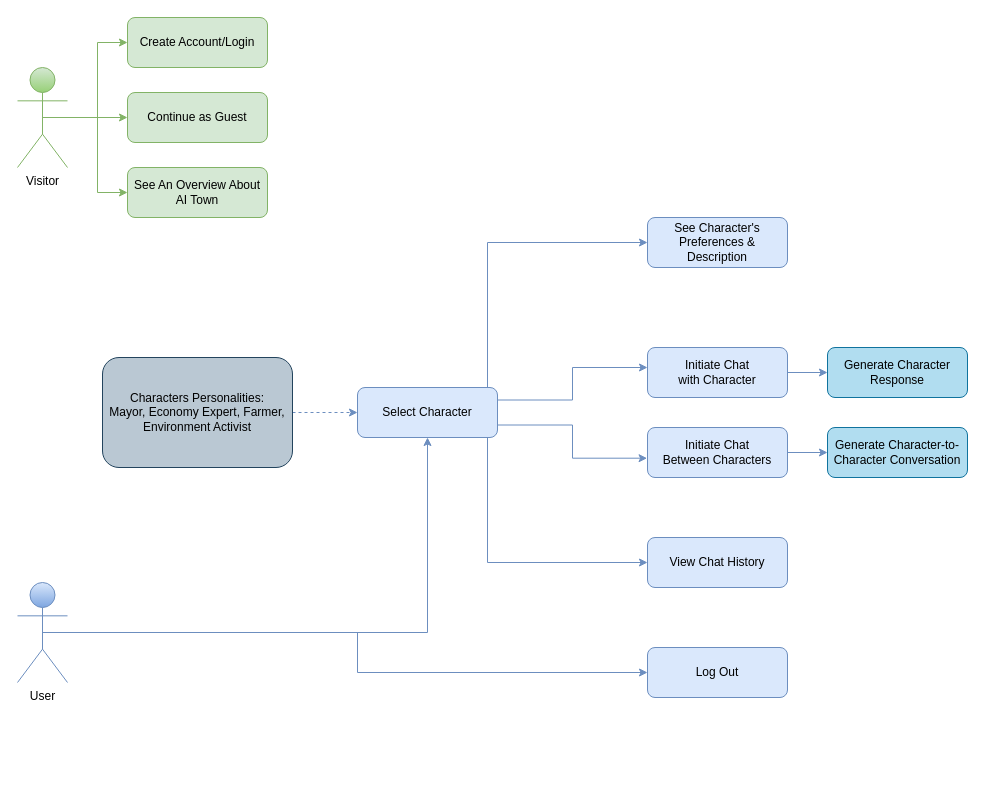
Earlier version of the draw.io diagram schema/usecase_diagram.drawio (aminnademi/AIrium). Source tidied: cells renumbered, new cells numbered last; positions are measured from the earlier drawing's top-left corner, leaving out a move shared by most shapes. Both pictures are drawn from the tidied source at 100%, with x=0, y=0 at pixel (17, 17).
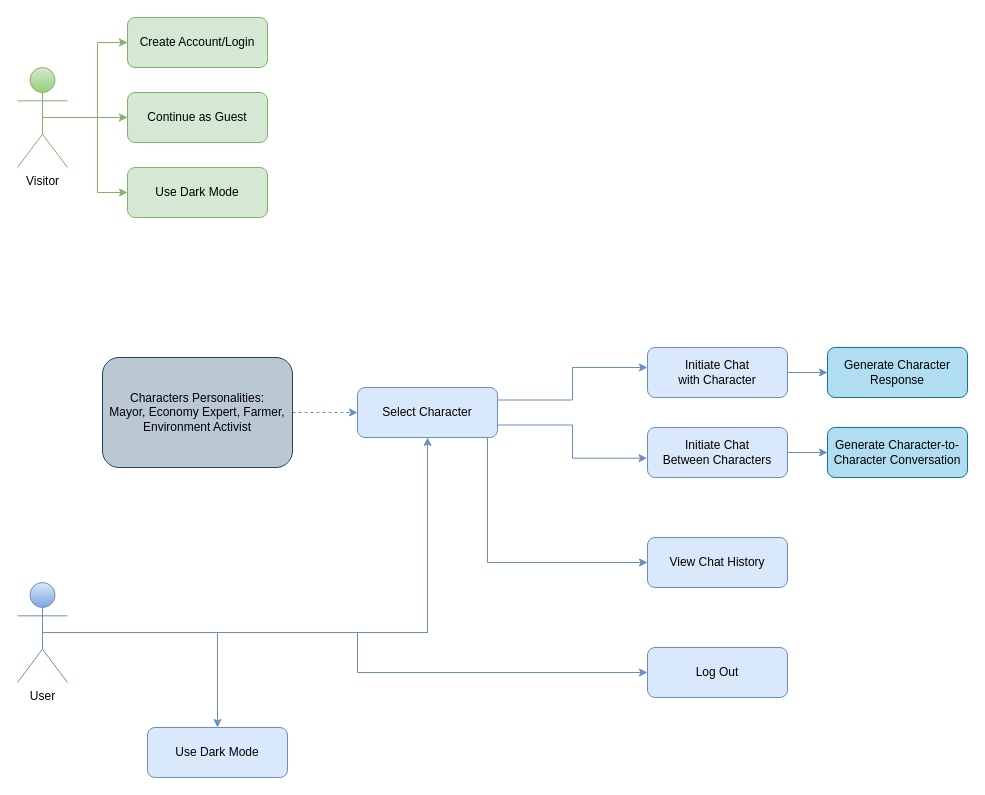
The same diagram, later.

The change refers to these unchanged cells:
```xml
<mxCell id="4" value="User" style="shape=umlActor;verticalLabelPosition=bottom;verticalAlign=top;html=1;outlineConnect=0;fillColor=#dae8fc;gradientColor=#7ea6e0;strokeColor=#6c8ebf;" parent="1" vertex="1">
  <mxGeometry y="565" width="50" height="100" as="geometry" />
</mxCell>
<mxCell id="8" value="Select Character" style="rounded=1;whiteSpace=wrap;html=1;fillColor=#dae8fc;strokeColor=#6c8ebf;" parent="1" vertex="1">
  <mxGeometry x="340" y="370" width="140" height="50" as="geometry" />
</mxCell>
```

Diff of the diagram source:
```diff
@@
+    <mxCell id="28" style="edgeStyle=orthogonalEdgeStyle;rounded=0;jettySize=auto;html=1;exitX=0.5;exitY=0.5;exitDx=0;exitDy=0;exitPerimeter=0;entryX=0.5;entryY=0;entryDx=0;entryDy=0;fillColor=#dae8fc;strokeColor=#6c8ebf;gradientColor=#7ea6e0;" parent="1" edge="1" source="4" target="29">
+      <mxGeometry relative="1" as="geometry" />
+    </mxCell>
@@
-    <mxCell id="5" style="edgeStyle=orthogonalEdgeStyle;rounded=0;jettySize=auto;html=1;exitX=0.75;exitY=0;exitDx=0;exitDy=0;fillColor=#dae8fc;strokeColor=#6c8ebf;" parent="1" edge="1" source="8" target="24">
-      <mxGeometry relative="1" as="geometry">
-        <Array as="points">
-          <mxPoint x="470" y="370" />
-          <mxPoint x="470" y="225" />
-        </Array>
-      </mxGeometry>
-    </mxCell>
@@
-    <mxCell id="24" value="See Character's Preferences &amp;amp; Description" style="rounded=1;whiteSpace=wrap;html=1;fillColor=#dae8fc;strokeColor=#6c8ebf;" parent="1" vertex="1">
-      <mxGeometry x="630" y="200" width="140" height="50" as="geometry" />
-    </mxCell>
@@
-    <mxCell id="27" value="See An Overview About AI Town" style="rounded=1;whiteSpace=wrap;html=1;fillColor=#d5e8d4;strokeColor=#82b366;" parent="1" vertex="1">
+    <mxCell id="27" value="Use Dark M&lt;span style=&quot;background-color: transparent; color: light-dark(rgb(0, 0, 0), rgb(255, 255, 255));&quot;&gt;ode&lt;/span&gt;" style="rounded=1;whiteSpace=wrap;html=1;fillColor=#d5e8d4;strokeColor=#82b366;" parent="1" vertex="1">
       <mxGeometry x="110" y="150" width="140" height="50" as="geometry" />
     </mxCell>
+    <mxCell id="29" value="Use Dark Mode" style="rounded=1;whiteSpace=wrap;html=1;fillColor=#dae8fc;strokeColor=#6c8ebf;" parent="1" vertex="1">
+      <mxGeometry x="130" y="710" width="140" height="50" as="geometry" />
+    </mxCell>
```
